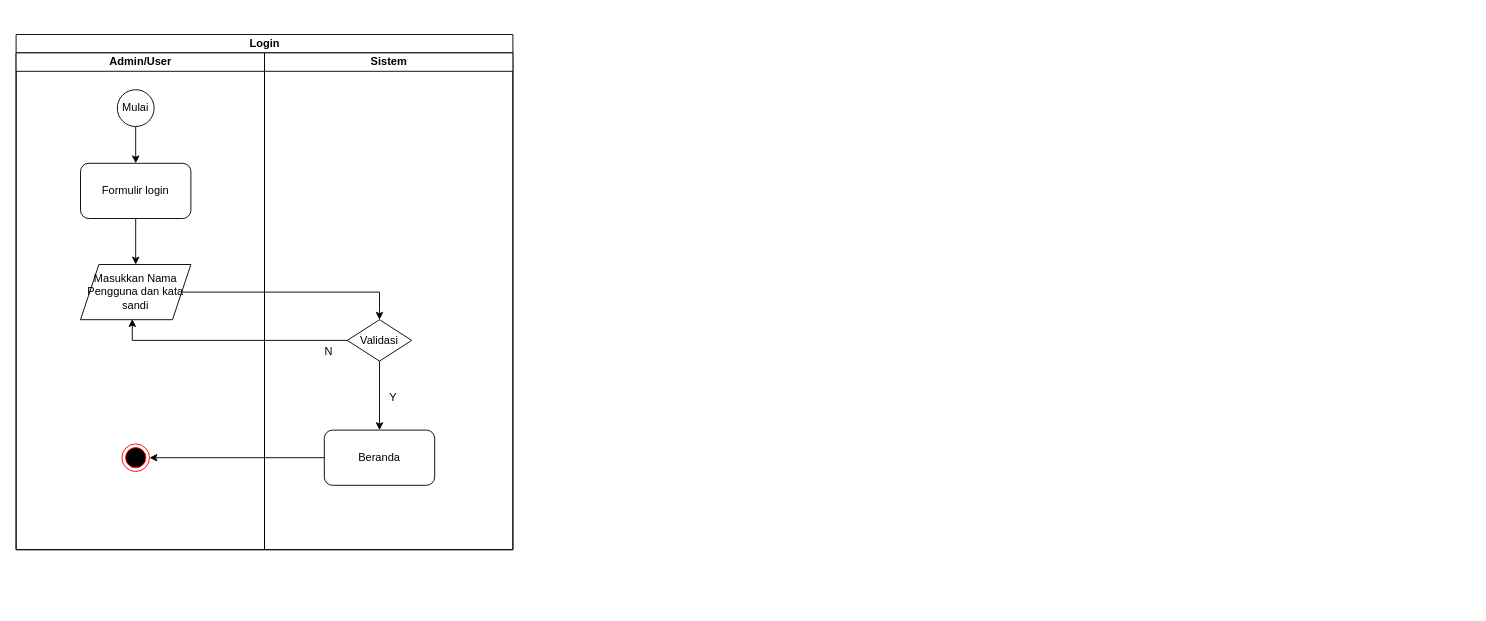
The draw.io diagram diagram actifity.drawio in faisalekasyahputra/faisalekasyahputra, before the edit. Source tidied: cells renumbered, new cells numbered last; positions are measured from the earlier drawing's top-left corner, leaving out a move shared by most shapes. Both pictures are drawn from the tidied source at 92%, with x=0, y=0 at pixel (16, 34).
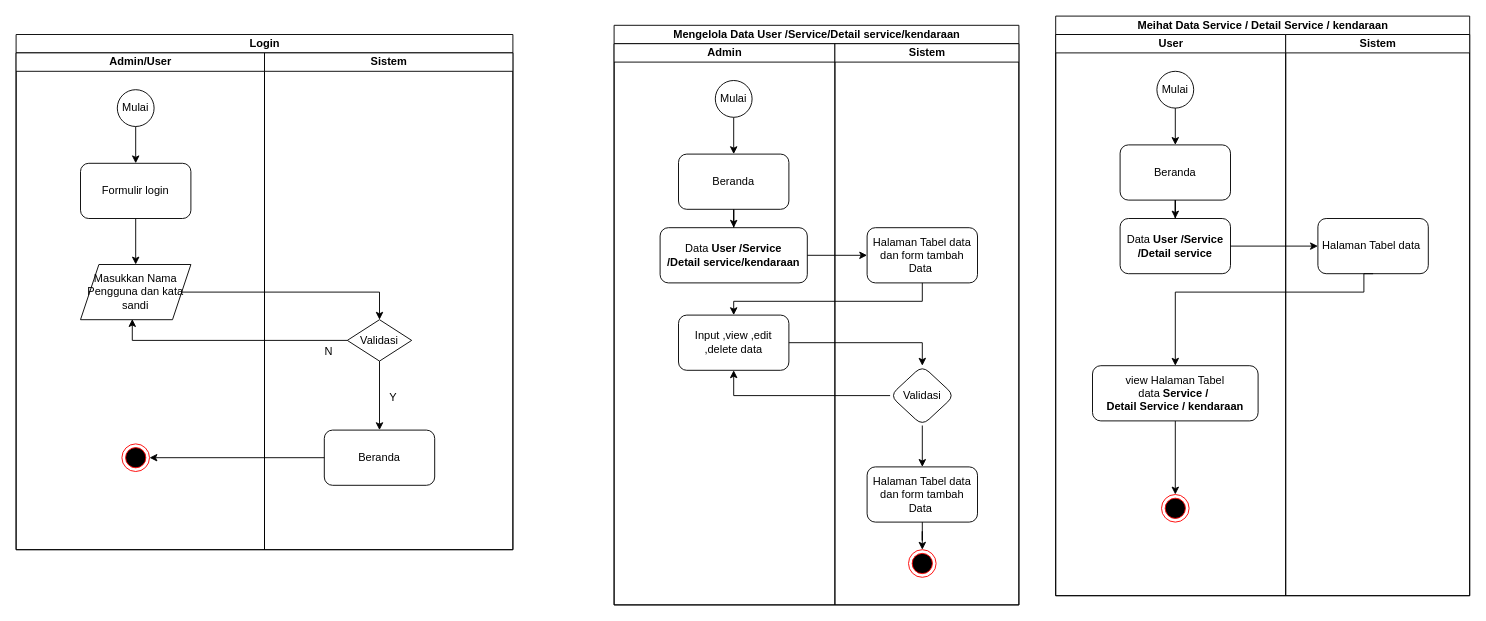
The same page after the edit.

Unchanged cells that the change refers to:
```xml
<mxCell id="3" value="Admin/User" style="swimlane;startSize=20;html=1;" parent="2" vertex="1">
  <mxGeometry y="20" width="270" height="540" as="geometry" />
</mxCell>
<mxCell id="7" value="Formulir login" style="rounded=1;whiteSpace=wrap;html=1;" parent="3" vertex="1">
  <mxGeometry x="70" y="120" width="120" height="60" as="geometry" />
</mxCell>
```

What changed in the source:
```diff
@@
-    <mxCell id="4" style="edgeStyle=orthogonalEdgeStyle;rounded=0;jettySize=auto;html=1;entryX=0.5;entryY=0;entryDx=0;entryDy=0;" parent="3" edge="1" source="5" target="7">
-      <mxGeometry relative="1" as="geometry" />
-    </mxCell>
-    <mxCell id="5" value="&lt;div&gt;Mulai&lt;/div&gt;" style="ellipse;whiteSpace=wrap;html=1;" parent="3" vertex="1">
-      <mxGeometry x="110" y="40" width="40" height="40" as="geometry" />
-    </mxCell>
+    <mxCell id="19" style="edgeStyle=orthogonalEdgeStyle;rounded=0;jettySize=auto;html=1;entryX=0.5;entryY=0;entryDx=0;entryDy=0;" parent="3" edge="1" source="20" target="7">
+      <mxGeometry relative="1" as="geometry" />
+    </mxCell>
+    <mxCell id="20" value="&lt;div&gt;Mulai&lt;/div&gt;" style="ellipse;whiteSpace=wrap;html=1;" parent="3" vertex="1">
+      <mxGeometry x="110" y="40" width="40" height="40" as="geometry" />
+    </mxCell>
@@
+    <mxCell id="21" value="Meihat Data Service / Detail Service / kendaraan" style="swimlane;startSize=20;html=1;" parent="1" vertex="1">
+      <mxGeometry x="1130" y="-20" width="450" height="630" as="geometry" />
+    </mxCell>
+    <mxCell id="22" value="User" style="swimlane;startSize=20;html=1;" parent="21" vertex="1">
+      <mxGeometry y="20" width="250" height="610" as="geometry" />
+    </mxCell>
+    <mxCell id="23" style="edgeStyle=orthogonalEdgeStyle;rounded=0;jettySize=auto;html=1;entryX=0.5;entryY=0;entryDx=0;entryDy=0;" parent="22" edge="1" source="24" target="26">
+      <mxGeometry relative="1" as="geometry" />
+    </mxCell>
+    <mxCell id="24" value="&lt;div&gt;Mulai&lt;/div&gt;" style="ellipse;whiteSpace=wrap;html=1;" parent="22" vertex="1">
+      <mxGeometry x="110" y="40" width="40" height="40" as="geometry" />
+    </mxCell>
+    <mxCell id="25" style="edgeStyle=orthogonalEdgeStyle;rounded=0;jettySize=auto;html=1;entryX=0.5;entryY=0;entryDx=0;entryDy=0;" parent="22" edge="1" source="26" target="27">
+      <mxGeometry relative="1" as="geometry" />
+    </mxCell>
+    <mxCell id="26" value="Beranda" style="rounded=1;whiteSpace=wrap;html=1;" parent="22" vertex="1">
+      <mxGeometry x="70" y="120" width="120" height="60" as="geometry" />
+    </mxCell>
+    <mxCell id="27" value="Data&amp;nbsp;&lt;span style=&quot;font-weight: 700; text-wrap: nowrap;&quot;&gt;User /Service&lt;/span&gt;&lt;div&gt;&lt;span style=&quot;font-weight: 700; text-wrap: nowrap;&quot;&gt;/Detail service&lt;/span&gt;&lt;/div&gt;" style="rounded=1;whiteSpace=wrap;html=1;" parent="22" vertex="1">
+      <mxGeometry x="70" y="200" width="120" height="60" as="geometry" />
+    </mxCell>
+    <mxCell id="28" style="edgeStyle=orthogonalEdgeStyle;rounded=0;jettySize=auto;html=1;entryX=0.5;entryY=0;entryDx=0;entryDy=0;" parent="22" edge="1" source="29" target="30">
+      <mxGeometry relative="1" as="geometry" />
+    </mxCell>
+    <mxCell id="29" value="view Halaman Tabel data&amp;nbsp;&lt;span style=&quot;font-weight: 700; text-wrap: nowrap;&quot;&gt;Service /&amp;nbsp;&lt;/span&gt;&lt;div&gt;&lt;span style=&quot;font-weight: 700; text-wrap: nowrap;&quot;&gt;Detail Service / kendaraan&lt;/span&gt;&lt;/div&gt;" style="whiteSpace=wrap;html=1;rounded=1;" parent="22" vertex="1">
+      <mxGeometry x="40" y="360" width="180" height="60" as="geometry" />
+    </mxCell>
+    <mxCell id="30" style="ellipse;html=1;shape=endState;fillColor=#000000;strokeColor=#ff0000;" parent="22" vertex="1">
+      <mxGeometry x="115" y="500" width="30" height="30" as="geometry" />
+    </mxCell>
+    <mxCell id="31" value="Sistem" style="swimlane;startSize=20;html=1;" parent="21" vertex="1">
+      <mxGeometry x="250" y="20" width="200" height="610" as="geometry" />
+    </mxCell>
+    <mxCell id="32" value="Halaman Tabel data&amp;nbsp;" style="whiteSpace=wrap;html=1;rounded=1;" parent="31" vertex="1">
+      <mxGeometry x="35" y="200" width="120" height="60" as="geometry" />
+    </mxCell>
+    <mxCell id="33" style="edgeStyle=orthogonalEdgeStyle;rounded=0;jettySize=auto;html=1;" parent="21" edge="1" source="27" target="32">
+      <mxGeometry relative="1" as="geometry" />
+    </mxCell>
+    <mxCell id="34" style="edgeStyle=orthogonalEdgeStyle;rounded=0;jettySize=auto;html=1;entryX=0.5;entryY=0;entryDx=0;entryDy=0;exitX=0.5;exitY=1;exitDx=0;exitDy=0;" parent="21" edge="1" source="32" target="29">
+      <mxGeometry relative="1" as="geometry">
+        <Array as="points">
+          <mxPoint x="335" y="300" />
+          <mxPoint x="130" y="300" />
+        </Array>
+      </mxGeometry>
+    </mxCell>
+    <mxCell id="35" value="Mengelola Data User /Service/Detail service/kendaraan" style="swimlane;startSize=20;html=1;" parent="1" vertex="1">
+      <mxGeometry x="650" y="-10" width="440" height="630" as="geometry" />
+    </mxCell>
+    <mxCell id="36" value="Admin" style="swimlane;startSize=20;html=1;" parent="35" vertex="1">
+      <mxGeometry y="20" width="240" height="610" as="geometry" />
+    </mxCell>
+    <mxCell id="37" style="edgeStyle=orthogonalEdgeStyle;rounded=0;jettySize=auto;html=1;entryX=0.5;entryY=0;entryDx=0;entryDy=0;" parent="36" edge="1" source="38" target="40">
+      <mxGeometry relative="1" as="geometry" />
+    </mxCell>
+    <mxCell id="38" value="&lt;div&gt;Mulai&lt;/div&gt;" style="ellipse;whiteSpace=wrap;html=1;" parent="36" vertex="1">
+      <mxGeometry x="110" y="40" width="40" height="40" as="geometry" />
+    </mxCell>
+    <mxCell id="39" style="edgeStyle=orthogonalEdgeStyle;rounded=0;jettySize=auto;html=1;entryX=0.5;entryY=0;entryDx=0;entryDy=0;" parent="36" edge="1" source="40" target="41">
+      <mxGeometry relative="1" as="geometry" />
+    </mxCell>
+    <mxCell id="40" value="Beranda" style="rounded=1;whiteSpace=wrap;html=1;" parent="36" vertex="1">
+      <mxGeometry x="70" y="120" width="120" height="60" as="geometry" />
+    </mxCell>
+    <mxCell id="41" value="Data&amp;nbsp;&lt;span style=&quot;font-weight: 700; text-wrap: nowrap;&quot;&gt;User /Service&lt;/span&gt;&lt;div&gt;&lt;span style=&quot;font-weight: 700; text-wrap: nowrap;&quot;&gt;/Detail service/kendaraan&lt;/span&gt;&lt;/div&gt;" style="rounded=1;whiteSpace=wrap;html=1;" parent="36" vertex="1">
+      <mxGeometry x="50" y="200" width="160" height="60" as="geometry" />
+    </mxCell>
+    <mxCell id="42" value="Input ,view ,edit ,delete data" style="whiteSpace=wrap;html=1;rounded=1;" parent="36" vertex="1">
+      <mxGeometry x="70" y="295" width="120" height="60" as="geometry" />
+    </mxCell>
+    <mxCell id="43" value="Sistem" style="swimlane;startSize=20;html=1;" parent="35" vertex="1">
+      <mxGeometry x="240" y="20" width="200" height="610" as="geometry" />
+    </mxCell>
+    <mxCell id="44" style="edgeStyle=orthogonalEdgeStyle;rounded=0;jettySize=auto;html=1;" parent="43" edge="1" source="45" target="49">
+      <mxGeometry relative="1" as="geometry" />
+    </mxCell>
+    <mxCell id="45" value="Halaman Tabel data dan form tambah Data&amp;nbsp;" style="rounded=1;whiteSpace=wrap;html=1;" parent="43" vertex="1">
+      <mxGeometry x="35" y="460" width="120" height="60" as="geometry" />
+    </mxCell>
+    <mxCell id="46" value="Halaman Tabel data dan form tambah Data&amp;nbsp;" style="whiteSpace=wrap;html=1;rounded=1;" parent="43" vertex="1">
+      <mxGeometry x="35" y="200" width="120" height="60" as="geometry" />
+    </mxCell>
+    <mxCell id="47" style="edgeStyle=orthogonalEdgeStyle;rounded=0;jettySize=auto;html=1;" parent="43" edge="1" source="48" target="45">
+      <mxGeometry relative="1" as="geometry" />
+    </mxCell>
+    <mxCell id="48" value="Validasi" style="rhombus;whiteSpace=wrap;html=1;rounded=1;" parent="43" vertex="1">
+      <mxGeometry x="60" y="350" width="70" height="65" as="geometry" />
+    </mxCell>
+    <mxCell id="49" style="ellipse;html=1;shape=endState;fillColor=#000000;strokeColor=#ff0000;" parent="43" vertex="1">
+      <mxGeometry x="80" y="550" width="30" height="30" as="geometry" />
+    </mxCell>
+    <mxCell id="50" style="edgeStyle=orthogonalEdgeStyle;rounded=0;jettySize=auto;html=1;" parent="35" edge="1" source="41" target="46">
+      <mxGeometry relative="1" as="geometry" />
+    </mxCell>
+    <mxCell id="51" style="edgeStyle=orthogonalEdgeStyle;rounded=0;jettySize=auto;html=1;entryX=0.5;entryY=0;entryDx=0;entryDy=0;exitX=0.5;exitY=1;exitDx=0;exitDy=0;" parent="35" edge="1" source="46" target="42">
+      <mxGeometry relative="1" as="geometry">
+        <Array as="points">
+          <mxPoint x="335" y="300" />
+          <mxPoint x="130" y="300" />
+        </Array>
+      </mxGeometry>
+    </mxCell>
+    <mxCell id="52" style="edgeStyle=orthogonalEdgeStyle;rounded=0;jettySize=auto;html=1;entryX=0.5;entryY=0;entryDx=0;entryDy=0;" parent="35" edge="1" source="42" target="48">
+      <mxGeometry relative="1" as="geometry" />
+    </mxCell>
+    <mxCell id="53" style="edgeStyle=orthogonalEdgeStyle;rounded=0;jettySize=auto;html=1;entryX=0.5;entryY=1;entryDx=0;entryDy=0;" parent="35" edge="1" source="48" target="42">
+      <mxGeometry relative="1" as="geometry" />
+    </mxCell>
```
